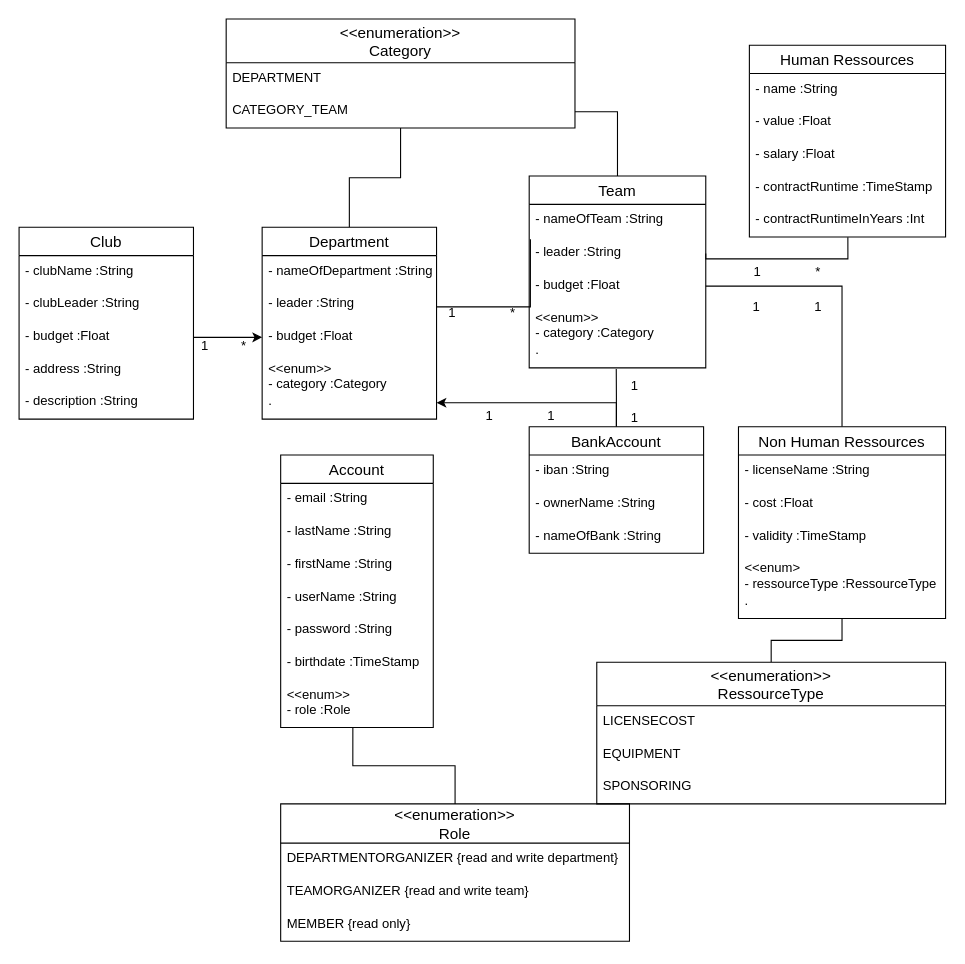
MJ7898/VereinsfinanzManager keeps this draw.io diagram as Documentation/Diagrams/domain_types.drawio. Above is the earlier version. Source tidied: cells renumbered, new cells numbered last; positions are measured from the earlier drawing's top-left corner, leaving out a move shared by most shapes. Both pictures are drawn from the tidied source at 109%, with x=0, y=0 at pixel (19, 19).
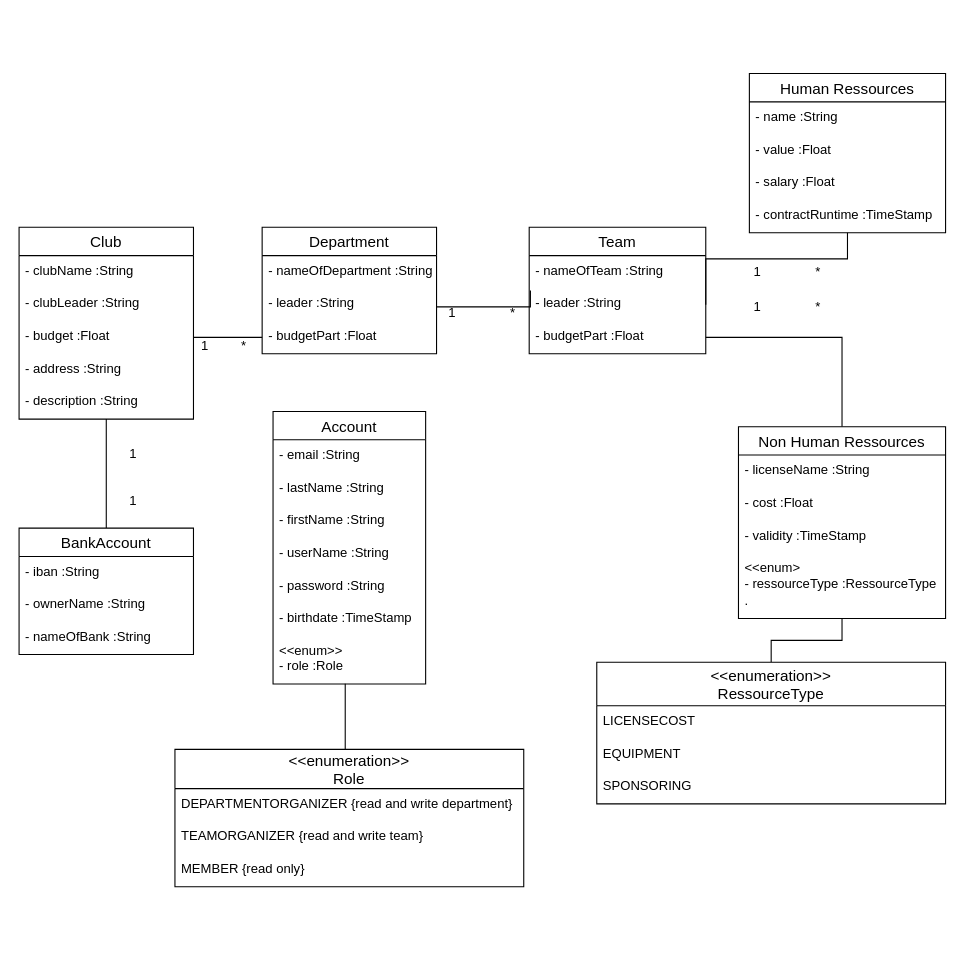
The same diagram, later.

Commit message (it also covers changes not shown here):
fixed domain model

Unchanged cells that the change refers to:
```xml
<mxCell id="9" value="&lt;&lt;enum&gt;&gt; &#10;- role :Role" style="text;strokeColor=none;fillColor=none;spacingLeft=4;spacingRight=4;overflow=hidden;points=[[0,0.5],[1,0.5]];portConstraint=eastwest;fontSize=12;" parent="2" vertex="1">
  <mxGeometry y="206" width="140" height="44" as="geometry" />
</mxCell>
<mxCell id="21" value="- leader :String" style="text;strokeColor=none;fillColor=none;spacingLeft=4;spacingRight=4;overflow=hidden;points=[[0,0.5],[1,0.5]];portConstraint=eastwest;fontSize=12;" parent="19" vertex="1">
  <mxGeometry y="56" width="162" height="30" as="geometry" />
</mxCell>
<mxCell id="58" value="Club" style="swimlane;fontStyle=0;horizontal=1;startSize=26;align=center;fontSize=14;" parent="1" vertex="1">
  <mxGeometry y="191" width="160" height="176" as="geometry" />
</mxCell>
<mxCell id="61" value="- budget :Float" style="text;strokeColor=none;fillColor=none;spacingLeft=4;spacingRight=4;overflow=hidden;points=[[0,0.5],[1,0.5]];portConstraint=eastwest;fontSize=12;" parent="58" vertex="1">
  <mxGeometry y="86" width="160" height="30" as="geometry" />
</mxCell>
```

What changed in the source:
```diff
@@
     <mxCell id="2" value="Account" style="swimlane;fontStyle=0;horizontal=1;startSize=26;align=center;fontSize=14;" parent="1" vertex="1">
-      <mxGeometry x="240" y="400" width="140" height="250" as="geometry" />
+      <mxGeometry x="233" y="360" width="140" height="250" as="geometry" />
     </mxCell>
@@
-    <mxCell id="11" style="edgeStyle=orthogonalEdgeStyle;rounded=0;jettySize=auto;html=1;entryX=0.5;entryY=1;entryDx=0;entryDy=0;endArrow=none;endFill=0;" parent="1" edge="1" source="12" target="55">
-      <mxGeometry relative="1" as="geometry" />
-    </mxCell>
     <mxCell id="12" value="Department" style="swimlane;fontStyle=0;horizontal=1;startSize=26;align=center;fontSize=14;" parent="1" vertex="1">
-      <mxGeometry x="223" y="191" width="160" height="176" as="geometry" />
+      <mxGeometry x="223" y="191" width="160" height="116" as="geometry" />
     </mxCell>
@@
-    <mxCell id="15" value="- budget :Float" style="text;strokeColor=none;fillColor=none;spacingLeft=4;spacingRight=4;overflow=hidden;points=[[0,0.5],[1,0.5]];portConstraint=eastwest;fontSize=12;" parent="12" vertex="1">
+    <mxCell id="15" value="- budgetPart :Float" style="text;strokeColor=none;fillColor=none;spacingLeft=4;spacingRight=4;overflow=hidden;points=[[0,0.5],[1,0.5]];portConstraint=eastwest;fontSize=12;" parent="12" vertex="1">
       <mxGeometry y="86" width="160" height="30" as="geometry" />
     </mxCell>
-    <mxCell id="16" value="&lt;&lt;enum&gt;&gt;&#10;- category :Category" style="text;strokeColor=none;fillColor=none;spacingLeft=4;spacingRight=4;overflow=hidden;fontSize=12;" parent="12" vertex="1">
-      <mxGeometry y="116" width="160" height="30" as="geometry" />
-    </mxCell>
-    <mxCell id="17" value="." style="text;strokeColor=none;fillColor=none;spacingLeft=4;spacingRight=4;overflow=hidden;points=[[0,0.5],[1,0.5]];portConstraint=eastwest;fontSize=12;" parent="12" vertex="1">
-      <mxGeometry y="146" width="160" height="30" as="geometry" />
-    </mxCell>
-    <mxCell id="18" style="edgeStyle=orthogonalEdgeStyle;rounded=0;jettySize=auto;html=1;entryX=1;entryY=0.5;entryDx=0;entryDy=0;endArrow=none;endFill=0;" parent="1" edge="1" source="19" target="57">
-      <mxGeometry relative="1" as="geometry" />
-    </mxCell>
     <mxCell id="19" value="Team" style="swimlane;fontStyle=0;horizontal=1;startSize=26;align=center;fontSize=14;" parent="1" vertex="1">
-      <mxGeometry x="468" y="144" width="162" height="176" as="geometry" />
+      <mxGeometry x="468" y="191" width="162" height="116" as="geometry" />
     </mxCell>
@@
-    <mxCell id="22" value="- budget :Float" style="text;strokeColor=none;fillColor=none;spacingLeft=4;spacingRight=4;overflow=hidden;points=[[0,0.5],[1,0.5]];portConstraint=eastwest;fontSize=12;" parent="19" vertex="1">
+    <mxCell id="22" value="- budgetPart :Float" style="text;strokeColor=none;fillColor=none;spacingLeft=4;spacingRight=4;overflow=hidden;points=[[0,0.5],[1,0.5]];portConstraint=eastwest;fontSize=12;" parent="19" vertex="1">
       <mxGeometry y="86" width="162" height="30" as="geometry" />
     </mxCell>
-    <mxCell id="23" value="&lt;&lt;enum&gt;&gt; &#10;- category :Category" style="text;strokeColor=none;fillColor=none;spacingLeft=4;spacingRight=4;overflow=hidden;fontSize=12;" parent="19" vertex="1">
-      <mxGeometry y="116" width="162" height="30" as="geometry" />
-    </mxCell>
-    <mxCell id="24" value="." style="text;strokeColor=none;fillColor=none;spacingLeft=4;spacingRight=4;overflow=hidden;points=[[0,0.5],[1,0.5]];portConstraint=eastwest;fontSize=12;" parent="19" vertex="1">
-      <mxGeometry y="146" width="162" height="30" as="geometry" />
-    </mxCell>
-    <mxCell id="25" style="edgeStyle=orthogonalEdgeStyle;rounded=0;jettySize=auto;html=1;endArrow=none;endFill=0;entryX=0.493;entryY=1.033;entryDx=0;entryDy=0;entryPerimeter=0;" parent="1" edge="1" source="27" target="24">
-      <mxGeometry relative="1" as="geometry" />
-    </mxCell>
-    <mxCell id="26" style="edgeStyle=orthogonalEdgeStyle;rounded=0;jettySize=auto;html=1;entryX=1;entryY=0.5;entryDx=0;entryDy=0;" parent="1" edge="1" source="27" target="17">
+    <mxCell id="26" style="edgeStyle=orthogonalEdgeStyle;rounded=0;jettySize=auto;html=1;endArrow=none;endFill=0;" parent="1" edge="1" source="27" target="58">
       <mxGeometry relative="1" as="geometry" />
     </mxCell>
     <mxCell id="27" value="BankAccount" style="swimlane;fontStyle=0;horizontal=1;startSize=26;align=center;fontSize=14;" parent="1" vertex="1">
-      <mxGeometry x="468" y="374" width="160" height="116" as="geometry" />
+      <mxGeometry y="467" width="160" height="116" as="geometry" />
     </mxCell>
@@
-    <mxCell id="31" style="edgeStyle=orthogonalEdgeStyle;rounded=0;jettySize=auto;html=1;entryX=1;entryY=0.5;entryDx=0;entryDy=0;endArrow=none;endFill=0;exitX=0.502;exitY=1.006;exitDx=0;exitDy=0;exitPerimeter=0;" parent="1" edge="1" source="37" target="21">
+    <mxCell id="31" style="edgeStyle=orthogonalEdgeStyle;rounded=0;jettySize=auto;html=1;entryX=1;entryY=0.5;entryDx=0;entryDy=0;endArrow=none;endFill=0;" parent="1" edge="1" source="32" target="21">
       <mxGeometry relative="1" as="geometry">
         <Array as="points">
           <mxPoint x="760" y="220" />
           <mxPoint x="630" y="220" />
         </Array>
       </mxGeometry>
     </mxCell>
     <mxCell id="32" value="Human Ressources" style="swimlane;fontStyle=0;horizontal=1;startSize=26;align=center;fontSize=14;" parent="1" vertex="1">
-      <mxGeometry x="670" y="24" width="180" height="176" as="geometry" />
+      <mxGeometry x="670" y="50" width="180" height="146" as="geometry" />
     </mxCell>
@@
-    <mxCell id="37" value="- contractRuntimeInYears :Int" style="text;strokeColor=none;fillColor=none;spacingLeft=4;spacingRight=4;overflow=hidden;points=[[0,0.5],[1,0.5]];portConstraint=eastwest;fontSize=12;" parent="32" vertex="1">
-      <mxGeometry y="146" width="180" height="30" as="geometry" />
-    </mxCell>
@@
     <mxCell id="45" style="edgeStyle=orthogonalEdgeStyle;rounded=0;jettySize=auto;html=1;entryX=0.473;entryY=0.996;entryDx=0;entryDy=0;entryPerimeter=0;endArrow=none;endFill=0;" parent="1" edge="1" source="46" target="9">
-      <mxGeometry relative="1" as="geometry" />
+      <mxGeometry relative="1" as="geometry">
+        <Array as="points">
+          <mxPoint x="303" y="685" />
+          <mxPoint x="299" y="685" />
+        </Array>
+      </mxGeometry>
     </mxCell>
     <mxCell id="46" value="&lt;&lt;enumeration&gt;&gt;&#10;Role" style="swimlane;fontStyle=0;horizontal=1;startSize=36;align=center;fontSize=14;" parent="1" vertex="1">
-      <mxGeometry x="240" y="720" width="320" height="126" as="geometry" />
+      <mxGeometry x="143" y="670" width="320" height="126" as="geometry" />
     </mxCell>
@@
-    <mxCell id="52" value="&lt;br&gt;1&lt;br&gt;&lt;br&gt;1" style="text;html=1;strokeColor=none;fillColor=none;align=center;verticalAlign=middle;whiteSpace=wrap;rounded=0;" parent="1" vertex="1">
-      <mxGeometry x="530" y="334" width="70" height="20" as="geometry" />
-    </mxCell>
@@
-    <mxCell id="54" value="1&amp;nbsp; &amp;nbsp; &amp;nbsp; &amp;nbsp; &amp;nbsp; &amp;nbsp; &amp;nbsp; &amp;nbsp;1" style="text;html=1;strokeColor=none;fillColor=none;align=center;verticalAlign=middle;whiteSpace=wrap;rounded=0;" parent="1" vertex="1">
+    <mxCell id="54" value="1&amp;nbsp; &amp;nbsp; &amp;nbsp; &amp;nbsp; &amp;nbsp; &amp;nbsp; &amp;nbsp; &amp;nbsp;*" style="text;html=1;strokeColor=none;fillColor=none;align=center;verticalAlign=middle;whiteSpace=wrap;rounded=0;" parent="1" vertex="1">
       <mxGeometry x="670" y="254" width="70" height="20" as="geometry" />
     </mxCell>
-    <mxCell id="55" value="&lt;&lt;enumeration&gt;&gt;&#10;Category" style="swimlane;fontStyle=0;horizontal=1;startSize=40;align=center;fontSize=14;" parent="1" vertex="1">
-      <mxGeometry x="190" width="320" height="100" as="geometry" />
-    </mxCell>
-    <mxCell id="56" value="DEPARTMENT" style="text;strokeColor=none;fillColor=none;spacingLeft=4;spacingRight=4;overflow=hidden;fontSize=12;" parent="55" vertex="1">
-      <mxGeometry y="40" width="320" height="30" as="geometry" />
-    </mxCell>
-    <mxCell id="57" value="CATEGORY_TEAM" style="text;strokeColor=none;fillColor=none;spacingLeft=4;spacingRight=4;overflow=hidden;points=[[0,0.5],[1,0.5]];portConstraint=eastwest;fontSize=12;" parent="55" vertex="1">
-      <mxGeometry y="70" width="320" height="30" as="geometry" />
-    </mxCell>
@@
-    <mxCell id="64" style="edgeStyle=orthogonalEdgeStyle;rounded=0;jettySize=auto;html=1;" parent="1" edge="1" source="61" target="15">
+    <mxCell id="64" style="edgeStyle=orthogonalEdgeStyle;rounded=0;jettySize=auto;html=1;endArrow=none;endFill=0;" parent="1" edge="1" source="61" target="15">
       <mxGeometry relative="1" as="geometry" />
     </mxCell>
-    <mxCell id="65" value="1&amp;nbsp; &amp;nbsp; &amp;nbsp; &amp;nbsp; &amp;nbsp; &amp;nbsp; &amp;nbsp; &amp;nbsp;1" style="text;html=1;strokeColor=none;fillColor=none;align=center;verticalAlign=middle;whiteSpace=wrap;rounded=0;" parent="1" vertex="1">
-      <mxGeometry x="425" y="354" width="70" height="20" as="geometry" />
+    <mxCell id="65" value="1&lt;br&gt;&lt;br&gt;&lt;br&gt;1" style="text;html=1;strokeColor=none;fillColor=none;align=center;verticalAlign=middle;whiteSpace=wrap;rounded=0;" parent="1" vertex="1">
+      <mxGeometry x="70" y="410" width="70" height="20" as="geometry" />
     </mxCell>
```
